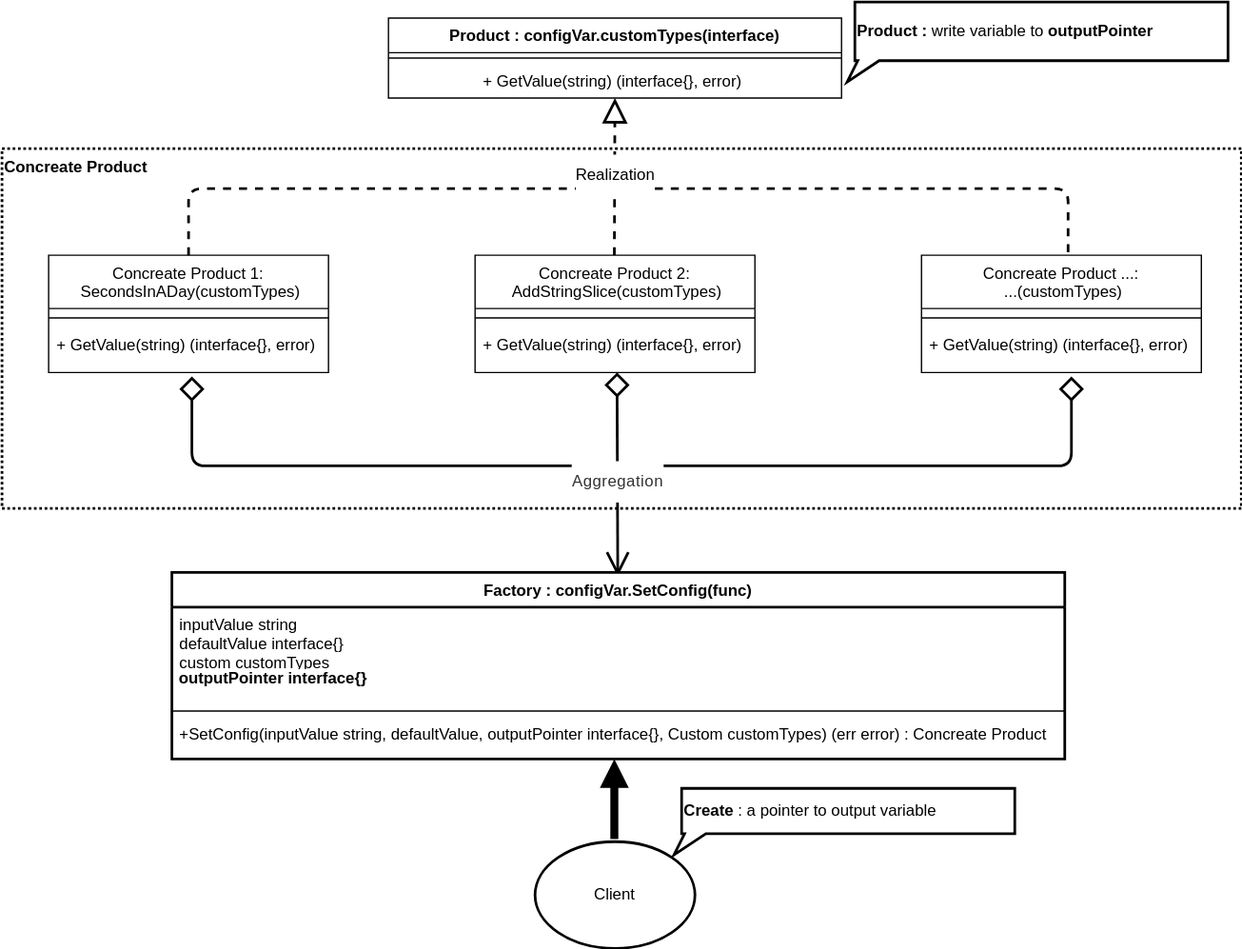
DukeHuangWP/GoExample-ConfigToVariable_SimpleFactory keeps this draw.io diagram as diagram.svg. Above is the earlier version. Source tidied: cells renumbered, new cells last; positions are measured from the earlier drawing's top-left corner, leaving out a move shared by most shapes.
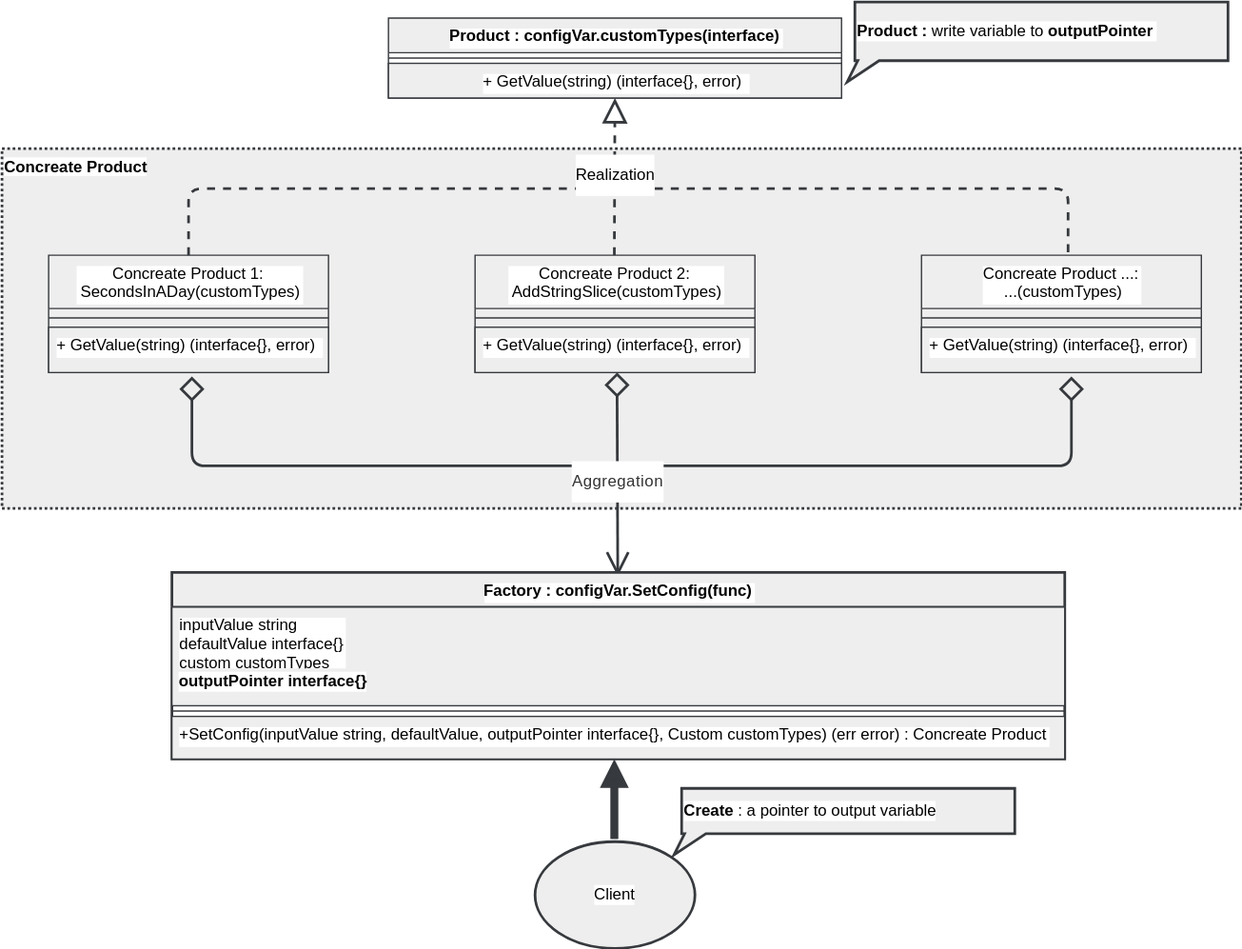
Above is the later version.

Diff of the diagram source:
```diff
@@ -2,28 +2,28 @@
   <root>
     <mxCell id="0" />
     <mxCell id="1" parent="0" />
-    <mxCell id="2" value="&lt;b style=&quot;font-size: 12px;&quot;&gt;Concreate&lt;/b&gt;&lt;b style=&quot;font-size: 12px;&quot;&gt;&amp;nbsp;&lt;/b&gt;&lt;span style=&quot;font-weight: 700; text-align: center; font-size: 12px;&quot;&gt;Product&lt;/span&gt;" style="rounded=0;whiteSpace=wrap;html=1;dashed=1;fontSize=12;align=left;strokeWidth=2;verticalAlign=top;dashPattern=1 1;glass=0;shadow=0;sketch=0;fillColor=none;" parent="1" vertex="1">
+    <mxCell id="2" value="&lt;b style=&quot;font-size: 12px;&quot;&gt;Concreate&lt;/b&gt;&lt;b style=&quot;font-size: 12px;&quot;&gt;&amp;nbsp;&lt;/b&gt;&lt;span style=&quot;font-weight: 700; text-align: center; font-size: 12px;&quot;&gt;Product&lt;/span&gt;" style="rounded=0;whiteSpace=wrap;html=1;dashed=1;fontSize=12;align=left;strokeWidth=2;verticalAlign=top;dashPattern=1 1;glass=0;shadow=0;sketch=0;labelBackgroundColor=#ffffff;strokeColor=#36393d;fillColor=#eeeeee;" parent="1" vertex="1">
       <mxGeometry y="110" width="930" height="270" as="geometry" />
     </mxCell>
-    <mxCell id="3" value="Product : configVar.customTypes(interface)" style="swimlane;fontStyle=1;align=center;verticalAlign=top;horizontal=1;startSize=26;fontSize=12;" parent="1" vertex="1">
+    <mxCell id="3" value="Product : configVar.customTypes(interface)" style="swimlane;fontStyle=1;align=center;verticalAlign=top;horizontal=1;startSize=26;fontSize=12;labelBackgroundColor=#ffffff;shadow=0;fillColor=#eeeeee;strokeColor=#36393d;" parent="1" vertex="1">
       <mxGeometry x="290" y="12" width="340" height="60" as="geometry" />
     </mxCell>
-    <mxCell id="4" style="line;strokeWidth=1;align=left;verticalAlign=middle;spacingTop=-1;spacingLeft=3;spacingRight=3;labelPosition=right;fontSize=12;" parent="3" vertex="1">
+    <mxCell id="4" style="line;strokeWidth=1;align=left;verticalAlign=middle;spacingTop=-1;spacingLeft=3;spacingRight=3;labelPosition=right;fontSize=12;labelBackgroundColor=#ffffff;shadow=0;fillColor=#eeeeee;strokeColor=#36393d;" parent="3" vertex="1">
       <mxGeometry y="26" width="340" height="8" as="geometry" />
     </mxCell>
-    <mxCell id="5" value="+ GetValue(string) (interface{}, error) " style="text;align=center;verticalAlign=top;spacingLeft=4;spacingRight=4;overflow=hidden;points=[[0,0.5],[1,0.5]];portConstraint=eastwest;fontSize=12;labelBackgroundColor=#ffffff;" parent="3" vertex="1">
+    <mxCell id="5" value="+ GetValue(string) (interface{}, error) " style="text;align=center;verticalAlign=top;spacingLeft=4;spacingRight=4;overflow=hidden;points=[[0,0.5],[1,0.5]];portConstraint=eastwest;fontSize=12;labelBackgroundColor=#ffffff;shadow=0;fillColor=#eeeeee;strokeColor=#36393d;" parent="3" vertex="1">
       <mxGeometry y="34" width="340" height="26" as="geometry" />
     </mxCell>
-    <mxCell id="6" value="Concreate Product 1:&#10; SecondsInADay(customTypes)" style="swimlane;fontStyle=0;align=center;verticalAlign=top;horizontal=1;startSize=40;fontSize=12;" parent="1" vertex="1">
+    <mxCell id="6" value="Concreate Product 1:&#10; SecondsInADay(customTypes)" style="swimlane;fontStyle=0;align=center;verticalAlign=top;horizontal=1;startSize=40;fontSize=12;labelBackgroundColor=#ffffff;shadow=0;fillColor=#eeeeee;strokeColor=#36393d;" parent="1" vertex="1">
       <mxGeometry x="35" y="190" width="210" height="88" as="geometry" />
     </mxCell>
-    <mxCell id="7" style="line;strokeWidth=1;align=left;verticalAlign=middle;spacingTop=-1;spacingLeft=3;spacingRight=3;labelPosition=right;fontSize=12;" parent="6" vertex="1">
+    <mxCell id="7" style="line;strokeWidth=1;align=left;verticalAlign=middle;spacingTop=-1;spacingLeft=3;spacingRight=3;labelPosition=right;fontSize=12;labelBackgroundColor=#ffffff;shadow=0;fillColor=#eeeeee;strokeColor=#36393d;" parent="6" vertex="1">
       <mxGeometry y="40" width="210" height="14" as="geometry" />
     </mxCell>
-    <mxCell id="8" value="+ GetValue(string) (interface{}, error) " style="text;align=center;verticalAlign=top;spacingLeft=4;spacingRight=4;overflow=hidden;fontSize=12;labelBackgroundColor=#ffffff;" parent="6" vertex="1">
+    <mxCell id="8" value="+ GetValue(string) (interface{}, error) " style="text;align=center;verticalAlign=top;spacingLeft=4;spacingRight=4;overflow=hidden;fontSize=12;labelBackgroundColor=#ffffff;shadow=0;fillColor=#eeeeee;strokeColor=#36393d;" parent="6" vertex="1">
       <mxGeometry y="54" width="210" height="34" as="geometry" />
     </mxCell>
-    <mxCell id="9" style="endArrow=none;html=1;strokeWidth=2;fontSize=12;entryX=0.5;entryY=0;entryDx=0;entryDy=0;exitX=0.5;exitY=0;exitDx=0;exitDy=0;dashed=1;" parent="1" edge="1" source="6">
+    <mxCell id="9" style="endArrow=none;html=1;strokeWidth=2;fontSize=12;entryX=0.5;entryY=0;entryDx=0;entryDy=0;exitX=0.5;exitY=0;exitDx=0;exitDy=0;dashed=1;labelBackgroundColor=#ffffff;shadow=0;fillColor=#eeeeee;strokeColor=#36393d;" parent="1" edge="1" source="6">
       <mxGeometry relative="1" as="geometry">
         <mxPoint x="800" y="190" as="targetPoint" />
         <Array as="points">
@@ -32,12 +32,12 @@
         </Array>
       </mxGeometry>
     </mxCell>
-    <mxCell id="10" value="&lt;p style=&quot;line-height: 60%; font-size: 12px;&quot;&gt;Realization&lt;/p&gt;" style="endArrow=block;endFill=0;endSize=14;html=1;shadow=0;strokeWidth=2;fontSize=12;dashed=1;" parent="1" edge="1" target="5">
+    <mxCell id="10" value="&lt;p style=&quot;line-height: 60%; font-size: 12px;&quot;&gt;Realization&lt;/p&gt;" style="endArrow=block;endFill=0;endSize=14;html=1;shadow=0;strokeWidth=2;fontSize=12;dashed=1;labelBackgroundColor=#ffffff;fillColor=#eeeeee;strokeColor=#36393d;" parent="1" edge="1" target="5">
       <mxGeometry x="0.02" relative="1" as="geometry">
         <mxPoint x="459.5" y="190" as="sourcePoint" />
       </mxGeometry>
     </mxCell>
-    <mxCell id="11" style="endArrow=diamond;html=1;strokeWidth=2;fontSize=12;exitX=0.5;exitY=1.147;exitDx=0;exitDy=0;endFill=0;endSize=14;startSize=14;startArrow=diamond;startFill=0;exitPerimeter=0;" parent="1" edge="1">
+    <mxCell id="11" style="endArrow=diamond;html=1;strokeWidth=2;fontSize=12;exitX=0.5;exitY=1.147;exitDx=0;exitDy=0;endFill=0;endSize=14;startSize=14;startArrow=diamond;startFill=0;exitPerimeter=0;labelBackgroundColor=#ffffff;shadow=0;fillColor=#eeeeee;strokeColor=#36393d;" parent="1" edge="1">
       <mxGeometry relative="1" as="geometry">
         <mxPoint x="142.5" y="281" as="sourcePoint" />
         <mxPoint x="802.5" y="281" as="targetPoint" />
@@ -48,59 +48,59 @@
         </Array>
       </mxGeometry>
     </mxCell>
-    <mxCell id="12" value="Concreate Product 2:&#10; AddStringSlice(customTypes)" style="swimlane;fontStyle=0;align=center;verticalAlign=top;horizontal=1;startSize=40;fontSize=12;" parent="1" vertex="1">
+    <mxCell id="12" value="Concreate Product 2:&#10; AddStringSlice(customTypes)" style="swimlane;fontStyle=0;align=center;verticalAlign=top;horizontal=1;startSize=40;fontSize=12;labelBackgroundColor=#ffffff;shadow=0;fillColor=#eeeeee;strokeColor=#36393d;" parent="1" vertex="1">
       <mxGeometry x="355" y="190" width="210" height="88" as="geometry" />
     </mxCell>
-    <mxCell id="13" style="line;strokeWidth=1;align=left;verticalAlign=middle;spacingTop=-1;spacingLeft=3;spacingRight=3;labelPosition=right;fontSize=12;" parent="12" vertex="1">
+    <mxCell id="13" style="line;strokeWidth=1;align=left;verticalAlign=middle;spacingTop=-1;spacingLeft=3;spacingRight=3;labelPosition=right;fontSize=12;labelBackgroundColor=#ffffff;shadow=0;fillColor=#eeeeee;strokeColor=#36393d;" parent="12" vertex="1">
       <mxGeometry y="40" width="210" height="14" as="geometry" />
     </mxCell>
-    <mxCell id="14" value="+ GetValue(string) (interface{}, error) " style="text;align=center;verticalAlign=top;spacingLeft=4;spacingRight=4;overflow=hidden;fontSize=12;labelBackgroundColor=#ffffff;" parent="12" vertex="1">
+    <mxCell id="14" value="+ GetValue(string) (interface{}, error) " style="text;align=center;verticalAlign=top;spacingLeft=4;spacingRight=4;overflow=hidden;fontSize=12;labelBackgroundColor=#ffffff;shadow=0;fillColor=#eeeeee;strokeColor=#36393d;" parent="12" vertex="1">
       <mxGeometry y="54" width="210" height="34" as="geometry" />
     </mxCell>
-    <mxCell id="15" value="Concreate Product ...:&#10; ...(customTypes)" style="swimlane;fontStyle=0;align=center;verticalAlign=top;horizontal=1;startSize=40;fontSize=12;" parent="1" vertex="1">
+    <mxCell id="15" value="Concreate Product ...:&#10; ...(customTypes)" style="swimlane;fontStyle=0;align=center;verticalAlign=top;horizontal=1;startSize=40;fontSize=12;labelBackgroundColor=#ffffff;shadow=0;fillColor=#eeeeee;strokeColor=#36393d;" parent="1" vertex="1">
       <mxGeometry x="690" y="190" width="210" height="88" as="geometry" />
     </mxCell>
-    <mxCell id="16" style="line;strokeWidth=1;align=left;verticalAlign=middle;spacingTop=-1;spacingLeft=3;spacingRight=3;labelPosition=right;fontSize=12;" parent="15" vertex="1">
+    <mxCell id="16" style="line;strokeWidth=1;align=left;verticalAlign=middle;spacingTop=-1;spacingLeft=3;spacingRight=3;labelPosition=right;fontSize=12;labelBackgroundColor=#ffffff;shadow=0;fillColor=#eeeeee;strokeColor=#36393d;" parent="15" vertex="1">
       <mxGeometry y="40" width="210" height="14" as="geometry" />
     </mxCell>
-    <mxCell id="17" value="+ GetValue(string) (interface{}, error) " style="text;align=center;verticalAlign=top;spacingLeft=4;spacingRight=4;overflow=hidden;fontSize=12;labelBackgroundColor=#ffffff;" parent="15" vertex="1">
+    <mxCell id="17" value="+ GetValue(string) (interface{}, error) " style="text;align=center;verticalAlign=top;spacingLeft=4;spacingRight=4;overflow=hidden;fontSize=12;labelBackgroundColor=#ffffff;shadow=0;fillColor=#eeeeee;strokeColor=#36393d;" parent="15" vertex="1">
       <mxGeometry y="54" width="210" height="34" as="geometry" />
     </mxCell>
-    <mxCell id="18" value="&lt;font style=&quot;font-size: 12px;&quot;&gt;Client&lt;/font&gt;" style="ellipse;whiteSpace=wrap;html=1;strokeWidth=2;fontSize=12;" parent="1" vertex="1">
+    <mxCell id="18" value="&lt;font style=&quot;font-size: 12px;&quot;&gt;Client&lt;/font&gt;" style="ellipse;whiteSpace=wrap;html=1;strokeWidth=2;fontSize=12;labelBackgroundColor=#ffffff;shadow=0;fillColor=#eeeeee;strokeColor=#36393d;" parent="1" vertex="1">
       <mxGeometry x="400" y="630" width="120" height="80" as="geometry" />
     </mxCell>
-    <mxCell id="19" value="&lt;p style=&quot;line-height: 60%; font-size: 12px;&quot;&gt;&lt;span style=&quot;color: rgb(51, 51, 51); letter-spacing: 0.35px; text-align: left; font-size: 12px;&quot;&gt;&lt;font style=&quot;font-size: 12px;&quot;&gt;Aggregation&lt;/font&gt;&lt;/span&gt;&lt;br style=&quot;font-size: 12px;&quot;&gt;&lt;/p&gt;" style="endArrow=diamond;endFill=0;endSize=14;html=1;shadow=0;strokeWidth=2;fontSize=12;startArrow=open;startFill=0;startSize=14;" parent="1" edge="1">
+    <mxCell id="19" value="&lt;p style=&quot;line-height: 60%; font-size: 12px;&quot;&gt;&lt;span style=&quot;color: rgb(51, 51, 51); letter-spacing: 0.35px; text-align: left; font-size: 12px;&quot;&gt;&lt;font style=&quot;font-size: 12px;&quot;&gt;Aggregation&lt;/font&gt;&lt;/span&gt;&lt;br style=&quot;font-size: 12px;&quot;&gt;&lt;/p&gt;" style="endArrow=diamond;endFill=0;endSize=14;html=1;shadow=0;strokeWidth=2;fontSize=12;startArrow=open;startFill=0;startSize=14;labelBackgroundColor=#ffffff;fillColor=#eeeeee;strokeColor=#36393d;" parent="1" edge="1">
       <mxGeometry x="-0.07" relative="1" as="geometry">
         <mxPoint x="462.1" y="431" as="sourcePoint" />
         <mxPoint x="461.5" y="278" as="targetPoint" />
       </mxGeometry>
     </mxCell>
-    <mxCell id="20" value="Factory : configVar.SetConfig(func)" style="swimlane;fontStyle=1;align=center;verticalAlign=top;horizontal=1;startSize=26;strokeWidth=2;fontSize=12;" parent="1" vertex="1">
+    <mxCell id="20" value="Factory : configVar.SetConfig(func)" style="swimlane;fontStyle=1;align=center;verticalAlign=top;horizontal=1;startSize=26;strokeWidth=2;fontSize=12;labelBackgroundColor=#ffffff;shadow=0;fillColor=#eeeeee;strokeColor=#36393d;" parent="1" vertex="1">
       <mxGeometry x="127.5" y="428" width="670" height="140" as="geometry" />
     </mxCell>
-    <mxCell id="21" value="inputValue string&#10;defaultValue interface{}&#10;custom customTypes" style="text;align=left;verticalAlign=top;spacingLeft=4;spacingRight=4;overflow=hidden;fontSize=12;labelBackgroundColor=#FFFFFF;" parent="20" vertex="1">
+    <mxCell id="21" value="inputValue string&#10;defaultValue interface{}&#10;custom customTypes" style="text;align=left;verticalAlign=top;spacingLeft=4;spacingRight=4;overflow=hidden;fontSize=12;labelBackgroundColor=#ffffff;shadow=0;fillColor=#eeeeee;strokeColor=#36393d;" parent="20" vertex="1">
       <mxGeometry y="26" width="670" height="74" as="geometry" />
     </mxCell>
-    <mxCell id="22" style="line;strokeWidth=1;align=left;verticalAlign=middle;spacingTop=-1;spacingLeft=3;spacingRight=3;labelPosition=right;fontSize=12;" parent="20" vertex="1">
+    <mxCell id="22" style="line;strokeWidth=1;align=left;verticalAlign=middle;spacingTop=-1;spacingLeft=3;spacingRight=3;labelPosition=right;fontSize=12;labelBackgroundColor=#ffffff;shadow=0;fillColor=#eeeeee;strokeColor=#36393d;" parent="20" vertex="1">
       <mxGeometry y="100" width="670" height="8" as="geometry" />
     </mxCell>
-    <mxCell id="23" value="+SetConfig(inputValue string, defaultValue, outputPointer interface{}, Custom customTypes) (err error) : Concreate Product" style="text;align=left;verticalAlign=top;spacingLeft=4;spacingRight=4;overflow=hidden;fontSize=12;labelBackgroundColor=#ffffff;" parent="20" vertex="1">
+    <mxCell id="23" value="+SetConfig(inputValue string, defaultValue, outputPointer interface{}, Custom customTypes) (err error) : Concreate Product" style="text;align=left;verticalAlign=top;spacingLeft=4;spacingRight=4;overflow=hidden;fontSize=12;labelBackgroundColor=#ffffff;shadow=0;fillColor=#eeeeee;strokeColor=#36393d;" parent="20" vertex="1">
       <mxGeometry y="108" width="670" height="32" as="geometry" />
     </mxCell>
-    <mxCell id="24" style="endArrow=block;html=1;strokeWidth=6;fontSize=12;endFill=1;" parent="1" edge="1">
+    <mxCell id="24" style="endArrow=block;html=1;strokeWidth=6;fontSize=12;endFill=1;labelBackgroundColor=#ffffff;shadow=0;fillColor=#eeeeee;strokeColor=#36393d;" parent="1" edge="1">
       <mxGeometry relative="1" as="geometry">
         <mxPoint x="459.5" y="628" as="sourcePoint" />
         <mxPoint x="459.5" y="568" as="targetPoint" />
       </mxGeometry>
     </mxCell>
-    <mxCell id="25" value="&lt;font style=&quot;font-size: 12px;&quot;&gt;&lt;span style=&quot;font-weight: 700; text-align: center; font-size: 12px;&quot;&gt;Product :&amp;nbsp;&lt;/span&gt;write variable&amp;nbsp;to &lt;b style=&quot;font-size: 12px;&quot;&gt;outputPointer&lt;/b&gt;&amp;nbsp;&lt;/font&gt;" style="whiteSpace=wrap;html=1;shape=mxgraph.basic.rectCallout;dx=10.2;dy=16;boundedLbl=1;strokeWidth=2;fontSize=12;align=left;" parent="1" vertex="1">
+    <mxCell id="25" value="&lt;font style=&quot;font-size: 12px;&quot;&gt;&lt;span style=&quot;font-weight: 700; text-align: center; font-size: 12px;&quot;&gt;Product :&amp;nbsp;&lt;/span&gt;write variable&amp;nbsp;to &lt;b style=&quot;font-size: 12px;&quot;&gt;outputPointer&lt;/b&gt;&amp;nbsp;&lt;/font&gt;" style="whiteSpace=wrap;html=1;shape=mxgraph.basic.rectCallout;dx=10.2;dy=16;boundedLbl=1;strokeWidth=2;fontSize=12;align=left;labelBackgroundColor=#ffffff;shadow=0;fillColor=#eeeeee;strokeColor=#36393d;" parent="1" vertex="1">
       <mxGeometry x="640" width="280" height="60" as="geometry" />
     </mxCell>
-    <mxCell id="26" value="&lt;span style=&quot;font-size: 12px;&quot;&gt;&lt;b style=&quot;font-size: 12px;&quot;&gt;Create &lt;/b&gt;: a pointer to output variable&lt;/span&gt;" style="whiteSpace=wrap;html=1;shape=mxgraph.basic.rectCallout;dx=10.2;dy=16;boundedLbl=1;strokeWidth=2;fontSize=12;align=left;" parent="1" vertex="1">
+    <mxCell id="26" value="&lt;span style=&quot;font-size: 12px;&quot;&gt;&lt;b style=&quot;font-size: 12px;&quot;&gt;Create &lt;/b&gt;: a pointer to output variable&lt;/span&gt;" style="whiteSpace=wrap;html=1;shape=mxgraph.basic.rectCallout;dx=10.2;dy=16;boundedLbl=1;strokeWidth=2;fontSize=12;align=left;labelBackgroundColor=#ffffff;shadow=0;fillColor=#eeeeee;strokeColor=#36393d;" parent="1" vertex="1">
       <mxGeometry x="510" y="590" width="250" height="50" as="geometry" />
     </mxCell>
-    <mxCell id="27" value="&lt;span style=&quot;font-size: 12px;&quot;&gt;&lt;b style=&quot;font-size: 12px&quot;&gt;outputPointer interface{}&lt;/b&gt;&lt;/span&gt;" style="text;html=1;align=left;verticalAlign=middle;whiteSpace=wrap;rounded=0;fontSize=12;labelBackgroundColor=#ffffff;" parent="1" vertex="1">
-      <mxGeometry x="131" y="498" width="150" height="20" as="geometry" />
+    <mxCell id="27" value="&lt;span style=&quot;font-size: 12px;&quot;&gt;&lt;b style=&quot;font-size: 12px&quot;&gt;outputPointer interface{}&lt;/b&gt;&lt;/span&gt;" style="text;html=1;align=left;verticalAlign=middle;whiteSpace=wrap;rounded=0;fontSize=12;labelBackgroundColor=#ffffff;shadow=0;fillColor=#eeeeee;" parent="1" vertex="1">
+      <mxGeometry x="131" y="500" width="150" height="20" as="geometry" />
     </mxCell>
   </root>
 </mxGraphModel>
```
